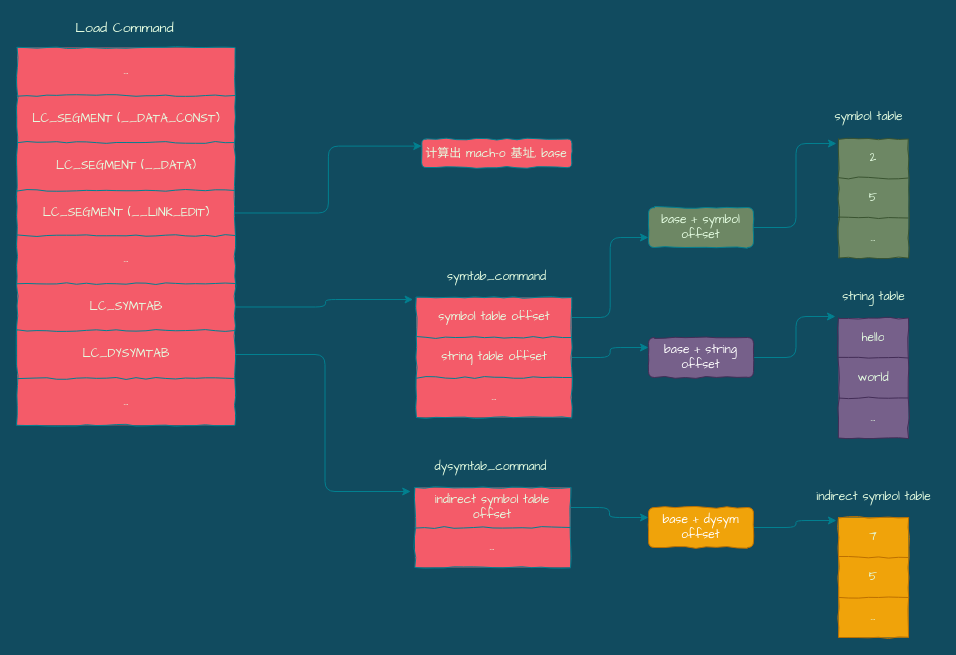
Before: page "Copy of Page-1" (2 of 3) of fishhook/load command.drawio in silan-liu/drawio, a draw.io diagram. Source tidied: cells renumbered, new cells numbered last; positions are measured from the earlier drawing's top-left corner, leaving out a move shared by most shapes. Both pictures are drawn from the tidied source at 100%, with x=0, y=0 at pixel (17, 17).
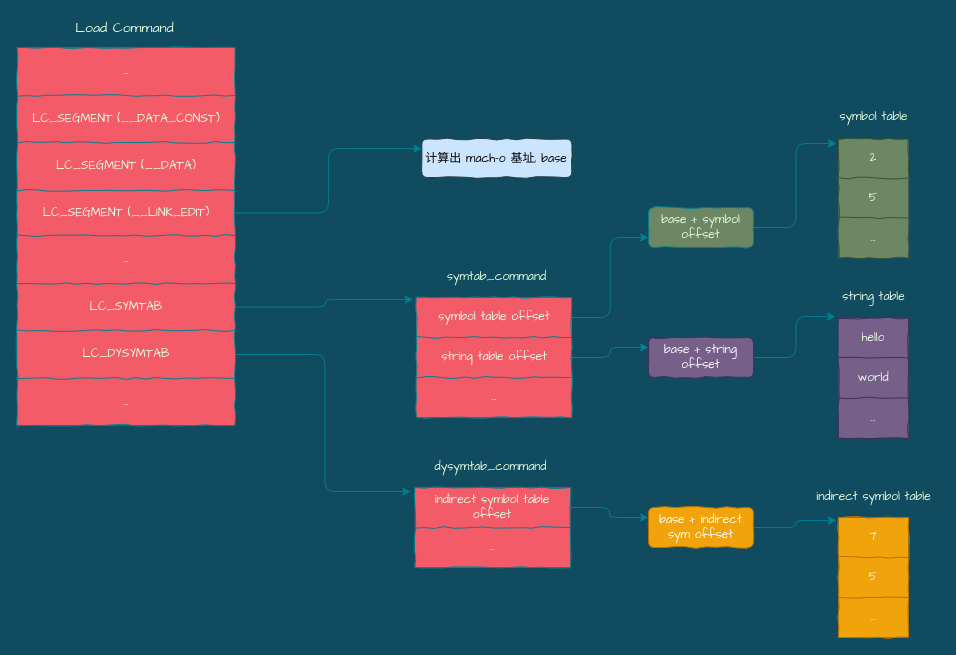
After the change.

Change to the diagram source:
```diff
@@
-    <mxCell id="36" value="&lt;font style=&quot;font-size: 12px&quot;&gt;计算出 mach-o 基址, base&lt;/font&gt;" style="rounded=1;whiteSpace=wrap;html=1;comic=1;sketch=0;strokeColor=#028090;fillColor=#F45B69;fontFamily=Architects Daughter;fontSize=14;fontColor=#E4FDE1;" parent="1" vertex="1">
-      <mxGeometry x="404.3" y="121.5" width="150" height="28.5" as="geometry" />
+    <mxCell id="36" value="&lt;font style=&quot;font-size: 12px&quot;&gt;计算出 mach-o 基址, base&lt;/font&gt;" style="rounded=1;whiteSpace=wrap;html=1;comic=1;sketch=0;strokeColor=#36393d;fillColor=#cce5ff;fontFamily=Architects Daughter;fontSize=14;" parent="1" vertex="1">
+      <mxGeometry x="404.3" y="121.5" width="150" height="38.5" as="geometry" />
     </mxCell>
@@
     <mxCell id="44" value="symbol table" style="text;html=1;align=center;verticalAlign=middle;fontSize=12;fontFamily=Architects Daughter;fontColor=#E4FDE1;" parent="1" vertex="1">
-      <mxGeometry x="811" y="90" width="80" height="20" as="geometry" />
+      <mxGeometry x="816" y="90" width="80" height="20" as="geometry" />
     </mxCell>
@@
-    <mxCell id="69" value="base + dysym offset" style="rounded=1;whiteSpace=wrap;html=1;comic=1;sketch=0;strokeColor=#BD7000;fillColor=#f0a30a;fontFamily=Architects Daughter;fontSize=12;fontColor=#ffffff;" parent="1" vertex="1">
+    <mxCell id="69" value="base + indirect sym offset" style="rounded=1;whiteSpace=wrap;html=1;comic=1;sketch=0;strokeColor=#BD7000;fillColor=#f0a30a;fontFamily=Architects Daughter;fontSize=12;fontColor=#ffffff;" parent="1" vertex="1">
       <mxGeometry x="631" y="490" width="105" height="40" as="geometry" />
     </mxCell>
```
